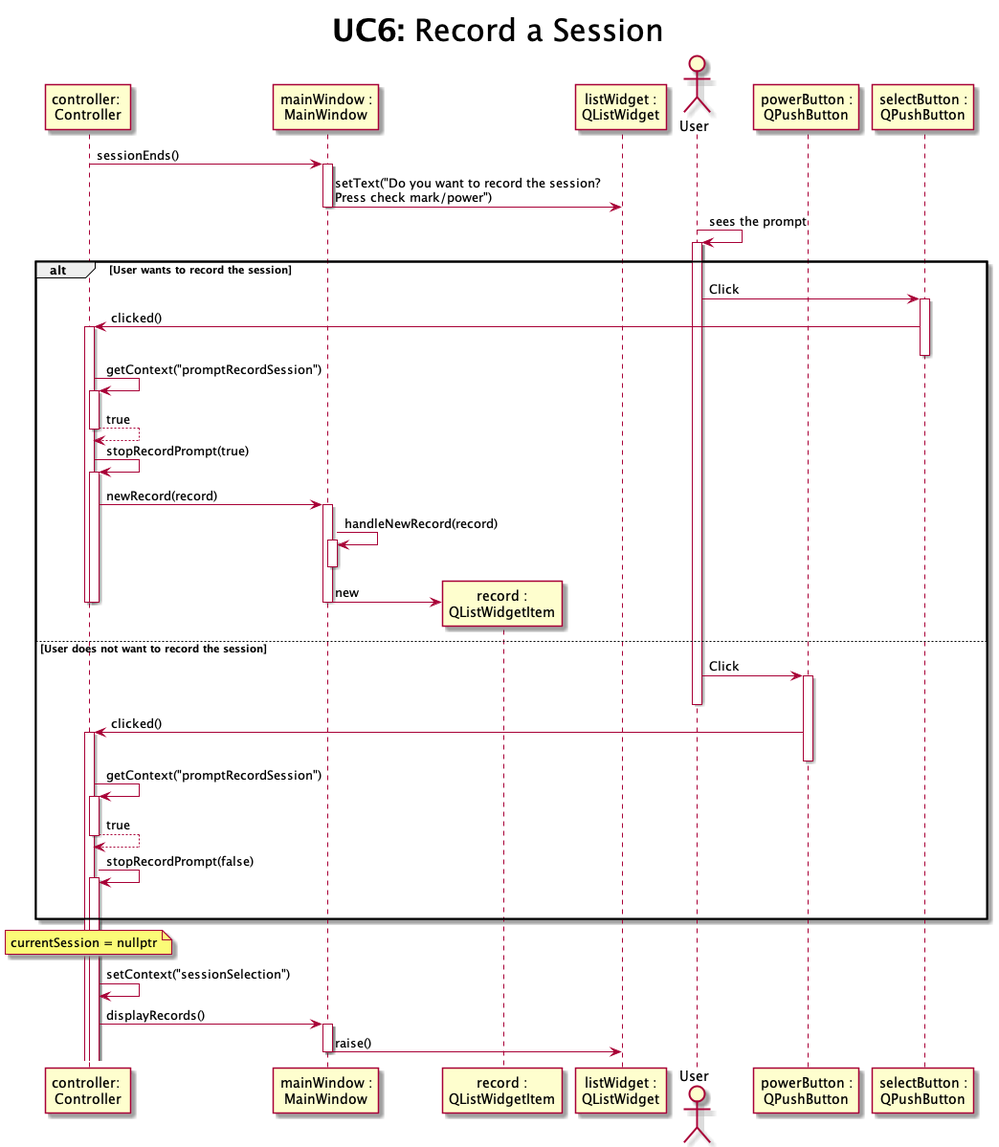
This is design/sequence/UC6-recordSession.png from alejita11011/CES-Simulator, a PlantUML export, as it was before one commit.
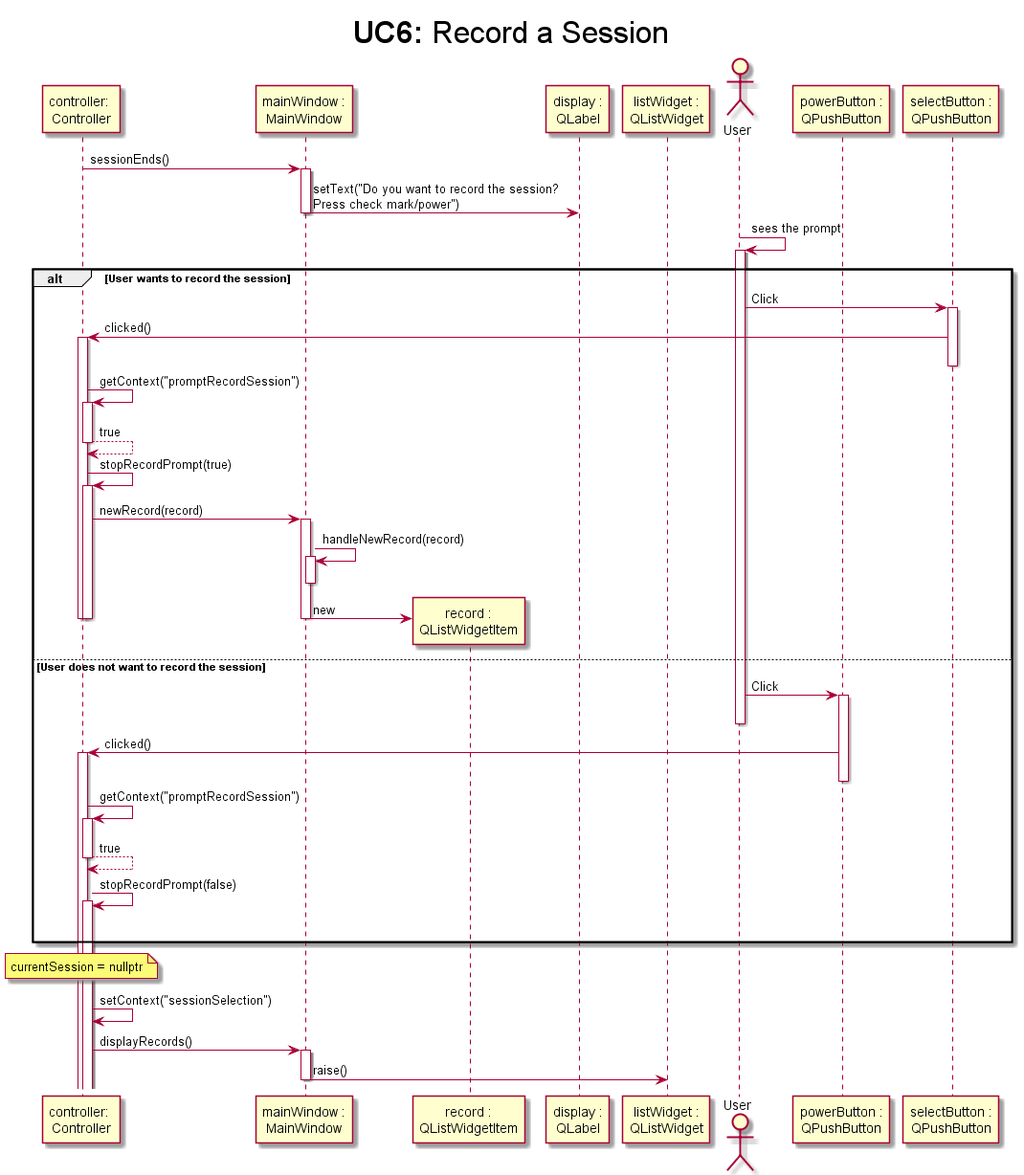
After the commit.

Commit message:
Update UC6 sequence diagram

Change to the diagram source:
```diff
@@ -5,7 +5,8 @@
 participant "controller: \nController" as controller
 participant "mainWindow :\nMainWindow" as window
 participant "record :\nQListWidgetItem" as record
-participant "listWidget :\nQListWidget" as display
+participant "display :\nQLabel" as display
+participant "listWidget :\nQListWidget" as listWidget
 actor       "User" as user
 participant "powerButton :\nQPushButton" as powerButton
 participant "selectButton :\nQPushButton" as selectButton
@@ -43,9 +44,7 @@
 note over controller: currentSession = nullptr
 controller -> controller : setContext("sessionSelection")
 controller -> window ++: displayRecords()
-window -> display : raise()
+window -> listWidget : raise()
 deactivate window
 
-
-
 @enduml
```
